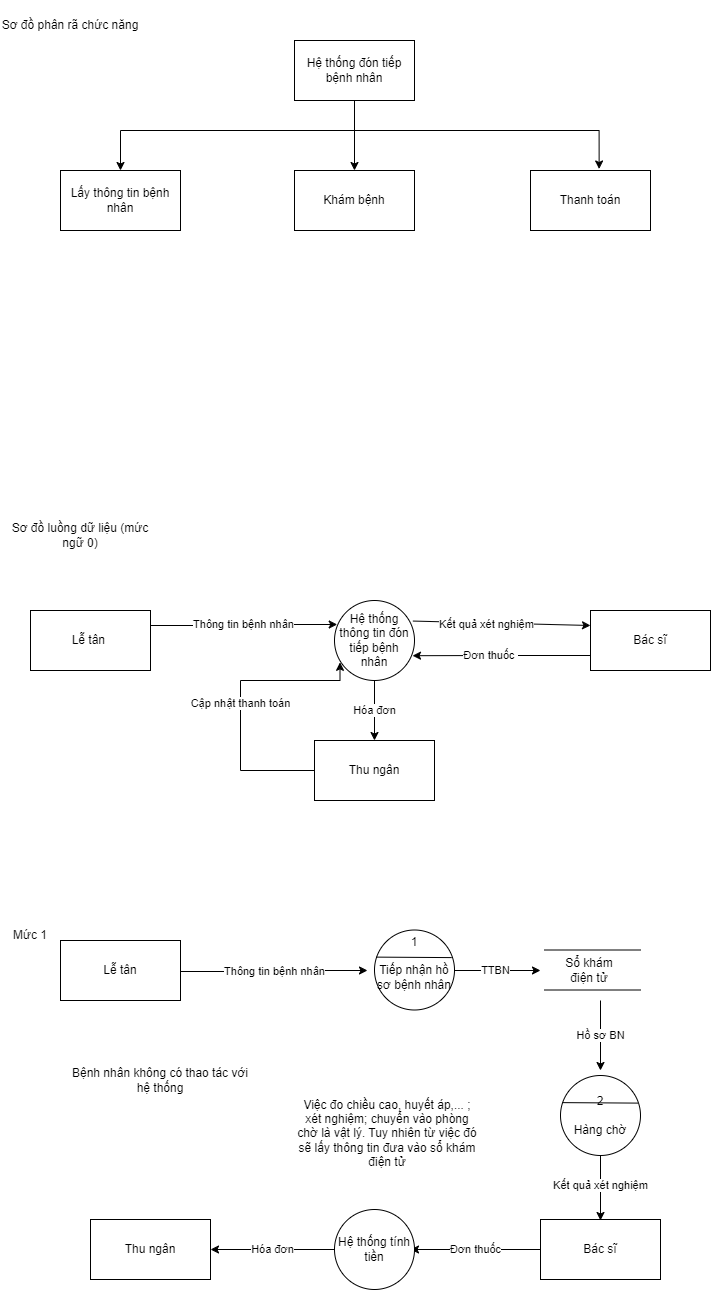
The draw.io diagram DFD4.png in InfiniteByte1811/branch1, before a commit. Source tidied: cells renumbered, new cells last; positions are measured from the earlier drawing's top-left corner, leaving out a move shared by most shapes.
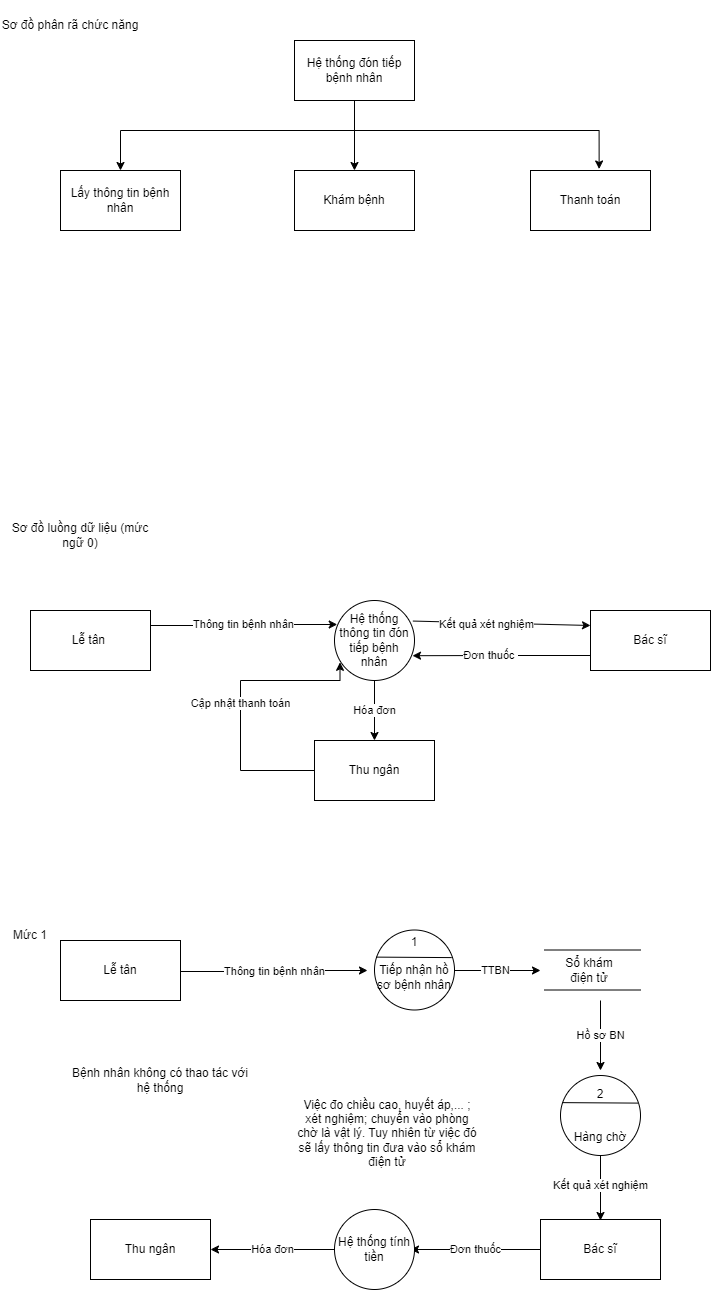
Above is the later version.

Commit message:
Cập nhật DFD4.png

The edit, as a diff of the source:
```diff
@@ -156,7 +156,7 @@
     <mxCell id="39" style="endArrow=none;html=1;rounded=0;entryX=0.965;entryY=0.345;entryDx=0;entryDy=0;entryPerimeter=0;exitX=0.024;exitY=0.339;exitDx=0;exitDy=0;exitPerimeter=0;" parent="1" edge="1" source="38" target="38">
       <mxGeometry relative="1" as="geometry" />
     </mxCell>
-    <mxCell id="40" value="2&lt;br&gt;&lt;br&gt;Hàng chờ&lt;br&gt;" style="ellipse;whiteSpace=wrap;html=1;" parent="1" vertex="1">
+    <mxCell id="40" value="2&lt;br&gt;&lt;br&gt;&lt;br&gt;Hàng chờ" style="ellipse;whiteSpace=wrap;html=1;" parent="1" vertex="1">
       <mxGeometry x="560" y="1075" width="80" height="80" as="geometry" />
     </mxCell>
     <mxCell id="41" style="endArrow=none;html=1;rounded=0;entryX=0.965;entryY=0.345;entryDx=0;entryDy=0;entryPerimeter=0;exitX=0.024;exitY=0.339;exitDx=0;exitDy=0;exitPerimeter=0;" parent="1" edge="1" source="40" target="40">
```
